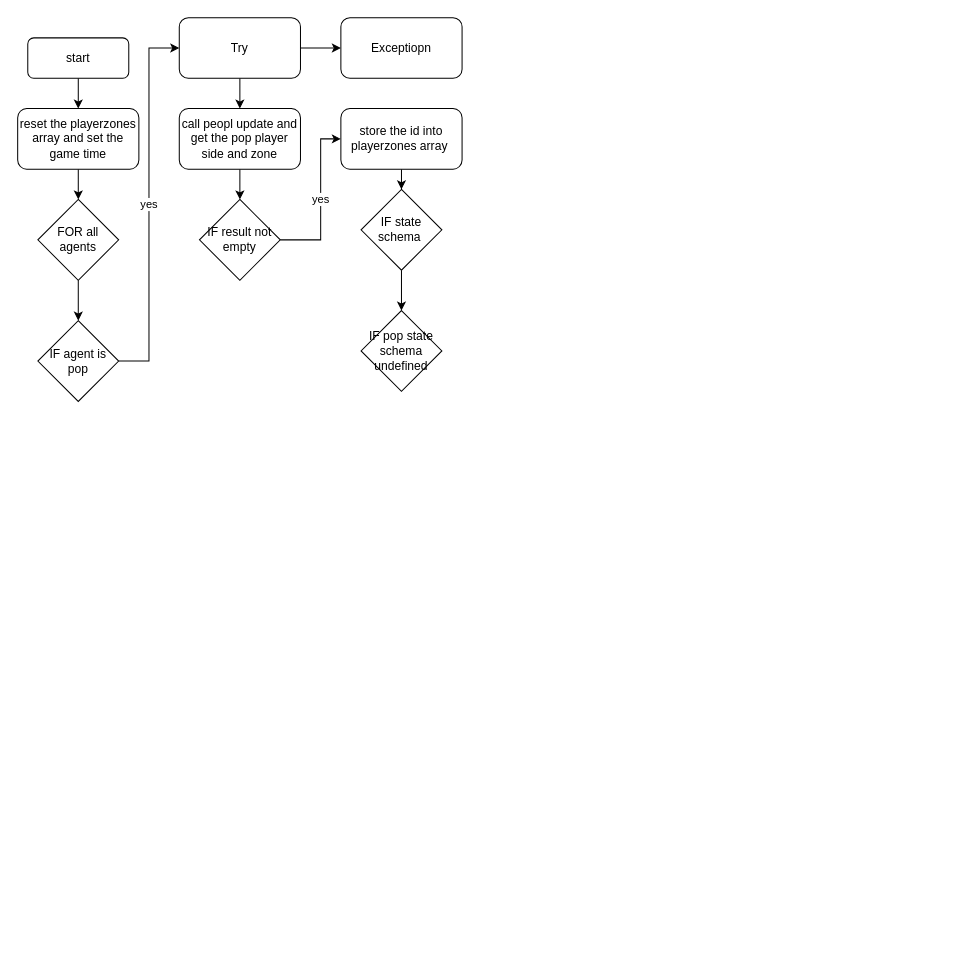
sivagit/diagrams keeps this draw.io diagram as GameRoom/setPreferredVelocities.drawio. Above is the earlier version. Source tidied: cells renumbered, new cells numbered last; positions are measured from the earlier drawing's top-left corner, leaving out a move shared by most shapes. Both pictures are drawn from the tidied source at 101%, with x=0, y=0 at pixel (17, 17).
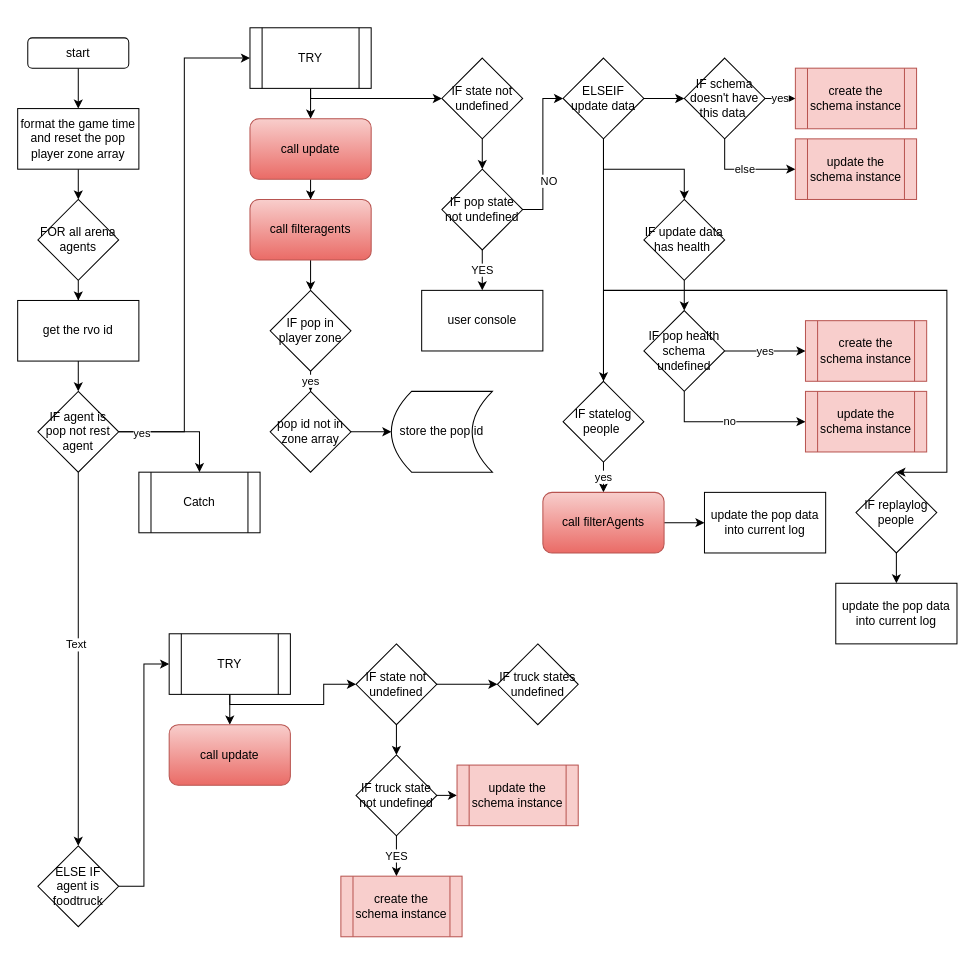
The same page after the edit.

What changed in the source:
```diff
@@
-    <mxCell id="2" style="edgeStyle=orthogonalEdgeStyle;rounded=0;jettySize=auto;html=1;" parent="1" edge="1" source="3" target="5">
-      <mxGeometry relative="1" as="geometry" />
-    </mxCell>
+    <mxCell id="23" style="edgeStyle=orthogonalEdgeStyle;rounded=0;jettySize=auto;html=1;fontColor=#000000;" parent="1" edge="1" source="3" target="25">
+      <mxGeometry relative="1" as="geometry" />
+    </mxCell>
-    <mxCell id="3" value="start" style="rounded=1;whiteSpace=wrap;html=1;" parent="1" vertex="1">
-      <mxGeometry x="10" y="20" width="100" height="40" as="geometry" />
+    <mxCell id="3" value="start" style="rounded=1;whiteSpace=wrap;html=1;fontColor=#000000;" parent="1" vertex="1">
+      <mxGeometry x="10" y="20" width="100" height="30" as="geometry" />
     </mxCell>
-    <mxCell id="4" style="edgeStyle=orthogonalEdgeStyle;rounded=0;jettySize=auto;html=1;" parent="1" edge="1" source="5" target="7">
-      <mxGeometry relative="1" as="geometry" />
-    </mxCell>
-    <mxCell id="5" value="reset the playerzones array and set the game time" style="whiteSpace=wrap;html=1;rounded=1;" parent="1" vertex="1">
-      <mxGeometry y="90" width="120" height="60" as="geometry" />
-    </mxCell>
-    <mxCell id="6" style="edgeStyle=orthogonalEdgeStyle;rounded=0;jettySize=auto;html=1;" parent="1" edge="1" source="7" target="9">
-      <mxGeometry relative="1" as="geometry" />
-    </mxCell>
-    <mxCell id="7" value="FOR all agents" style="rhombus;whiteSpace=wrap;html=1;" parent="1" vertex="1">
-      <mxGeometry x="20" y="180" width="80" height="80" as="geometry" />
-    </mxCell>
-    <mxCell id="8" value="yes" style="edgeStyle=orthogonalEdgeStyle;rounded=0;jettySize=auto;html=1;" parent="1" edge="1" source="9" target="12">
-      <mxGeometry relative="1" as="geometry">
-        <Array as="points">
-          <mxPoint x="130" y="340" />
-          <mxPoint x="130" y="30" />
-        </Array>
-      </mxGeometry>
-    </mxCell>
-    <mxCell id="9" value="IF agent is pop" style="rhombus;whiteSpace=wrap;html=1;" parent="1" vertex="1">
-      <mxGeometry x="20" y="300" width="80" height="80" as="geometry" />
-    </mxCell>
-    <mxCell id="10" style="edgeStyle=orthogonalEdgeStyle;rounded=0;jettySize=auto;html=1;" parent="1" edge="1" source="12" target="13">
-      <mxGeometry relative="1" as="geometry" />
-    </mxCell>
-    <mxCell id="11" style="edgeStyle=orthogonalEdgeStyle;rounded=0;jettySize=auto;html=1;" parent="1" edge="1" source="12" target="15">
-      <mxGeometry relative="1" as="geometry" />
-    </mxCell>
-    <mxCell id="12" value="Try" style="rounded=1;whiteSpace=wrap;html=1;" parent="1" vertex="1">
-      <mxGeometry x="160" width="120" height="60" as="geometry" />
-    </mxCell>
-    <mxCell id="13" value="Exceptiopn" style="whiteSpace=wrap;html=1;rounded=1;" parent="1" vertex="1">
-      <mxGeometry x="320" width="120" height="60" as="geometry" />
-    </mxCell>
-    <mxCell id="14" style="edgeStyle=orthogonalEdgeStyle;rounded=0;jettySize=auto;html=1;" parent="1" edge="1" source="15" target="17">
-      <mxGeometry relative="1" as="geometry" />
-    </mxCell>
-    <mxCell id="15" value="call peopl update and get the pop player side and zone" style="whiteSpace=wrap;html=1;rounded=1;" parent="1" vertex="1">
-      <mxGeometry x="160" y="90" width="120" height="60" as="geometry" />
-    </mxCell>
-    <mxCell id="16" value="yes" style="edgeStyle=orthogonalEdgeStyle;rounded=0;jettySize=auto;html=1;" parent="1" edge="1" source="17" target="19">
-      <mxGeometry relative="1" as="geometry">
-        <Array as="points">
-          <mxPoint x="300" y="220" />
-          <mxPoint x="300" y="120" />
-        </Array>
-      </mxGeometry>
-    </mxCell>
-    <mxCell id="17" value="IF result not empty" style="rhombus;whiteSpace=wrap;html=1;" parent="1" vertex="1">
-      <mxGeometry x="180" y="180" width="80" height="80" as="geometry" />
-    </mxCell>
-    <mxCell id="18" style="edgeStyle=orthogonalEdgeStyle;rounded=0;jettySize=auto;html=1;" parent="1" edge="1" source="19" target="21">
-      <mxGeometry relative="1" as="geometry" />
-    </mxCell>
-    <mxCell id="19" value="store the id into playerzones array&amp;nbsp;" style="rounded=1;whiteSpace=wrap;html=1;" parent="1" vertex="1">
-      <mxGeometry x="320" y="90" width="120" height="60" as="geometry" />
-    </mxCell>
-    <mxCell id="20" style="edgeStyle=orthogonalEdgeStyle;rounded=0;jettySize=auto;html=1;" parent="1" edge="1" source="21" target="22">
-      <mxGeometry relative="1" as="geometry" />
-    </mxCell>
-    <mxCell id="21" value="IF state schema&amp;nbsp;" style="rhombus;whiteSpace=wrap;html=1;" parent="1" vertex="1">
-      <mxGeometry x="340" y="170" width="80" height="80" as="geometry" />
-    </mxCell>
-    <mxCell id="22" value="IF pop state schema undefined" style="rhombus;whiteSpace=wrap;html=1;" parent="1" vertex="1">
-      <mxGeometry x="340" y="290" width="80" height="80" as="geometry" />
-    </mxCell>
+    <mxCell id="24" style="edgeStyle=orthogonalEdgeStyle;rounded=0;jettySize=auto;html=1;fontColor=#000000;" parent="1" edge="1" source="25" target="27">
+      <mxGeometry relative="1" as="geometry" />
+    </mxCell>
+    <mxCell id="25" value="format the game time and reset the pop player zone array" style="rounded=0;whiteSpace=wrap;html=1;fontColor=#000000;" parent="1" vertex="1">
+      <mxGeometry y="90" width="120" height="60" as="geometry" />
+    </mxCell>
+    <mxCell id="26" style="edgeStyle=orthogonalEdgeStyle;rounded=0;jettySize=auto;html=1;fontColor=#000000;" parent="1" edge="1" source="27" target="29">
+      <mxGeometry relative="1" as="geometry" />
+    </mxCell>
+    <mxCell id="27" value="FOR all arena agents" style="rhombus;whiteSpace=wrap;html=1;fontColor=#000000;" parent="1" vertex="1">
+      <mxGeometry x="20" y="180" width="80" height="80" as="geometry" />
+    </mxCell>
+    <mxCell id="28" style="edgeStyle=orthogonalEdgeStyle;rounded=0;jettySize=auto;html=1;fontColor=#000000;" parent="1" edge="1" source="29" target="35">
+      <mxGeometry relative="1" as="geometry" />
+    </mxCell>
+    <mxCell id="29" value="get the rvo id" style="whiteSpace=wrap;html=1;fontColor=#000000;" parent="1" vertex="1">
+      <mxGeometry y="280" width="120" height="60" as="geometry" />
+    </mxCell>
+    <mxCell id="30" style="edgeStyle=orthogonalEdgeStyle;rounded=0;jettySize=auto;html=1;entryX=0;entryY=0.5;entryDx=0;entryDy=0;fontColor=#000000;" parent="1" edge="1" source="35" target="38">
+      <mxGeometry relative="1" as="geometry" />
+    </mxCell>
+    <mxCell id="31" style="edgeStyle=orthogonalEdgeStyle;rounded=0;jettySize=auto;html=1;entryX=0.5;entryY=0;entryDx=0;entryDy=0;fontColor=#000000;" parent="1" edge="1" source="35" target="80">
+      <mxGeometry relative="1" as="geometry" />
+    </mxCell>
+    <mxCell id="32" value="yes" style="edgeLabel;html=1;align=center;verticalAlign=middle;fontColor=#000000;" parent="31" vertex="1">
+      <mxGeometry x="-0.64" y="-1" relative="1" as="geometry" />
+    </mxCell>
+    <mxCell id="33" style="edgeStyle=orthogonalEdgeStyle;rounded=0;jettySize=auto;html=1;fontColor=#000000;" parent="1" edge="1" source="35" target="82">
+      <mxGeometry relative="1" as="geometry" />
+    </mxCell>
+    <mxCell id="34" value="Text" style="edgeLabel;html=1;align=center;verticalAlign=middle;fontColor=#000000;" parent="33" vertex="1">
+      <mxGeometry x="-0.08" y="-3" relative="1" as="geometry" />
+    </mxCell>
+    <mxCell id="35" value="IF agent is pop not rest agent" style="rhombus;whiteSpace=wrap;html=1;fontColor=#000000;" parent="1" vertex="1">
+      <mxGeometry x="20" y="370" width="80" height="80" as="geometry" />
+    </mxCell>
+    <mxCell id="36" style="edgeStyle=orthogonalEdgeStyle;rounded=0;jettySize=auto;html=1;fontColor=#000000;" parent="1" edge="1" source="38" target="40">
+      <mxGeometry relative="1" as="geometry" />
+    </mxCell>
+    <mxCell id="37" style="edgeStyle=orthogonalEdgeStyle;rounded=0;jettySize=auto;html=1;fontColor=#000000;" parent="1" edge="1" source="38" target="49">
+      <mxGeometry relative="1" as="geometry">
+        <Array as="points">
+          <mxPoint x="290" y="80" />
+        </Array>
+      </mxGeometry>
+    </mxCell>
+    <mxCell id="38" value="TRY" style="shape=process;whiteSpace=wrap;html=1;backgroundOutline=1;fontColor=#000000;" parent="1" vertex="1">
+      <mxGeometry x="230" y="10" width="120" height="60" as="geometry" />
+    </mxCell>
+    <mxCell id="39" style="edgeStyle=orthogonalEdgeStyle;rounded=0;jettySize=auto;html=1;fontColor=#000000;" parent="1" edge="1" source="40" target="42">
+      <mxGeometry relative="1" as="geometry" />
+    </mxCell>
+    <mxCell id="40" value="call&amp;nbsp;update" style="rounded=1;whiteSpace=wrap;html=1;fillColor=#f8cecc;gradientColor=#ea6b66;strokeColor=#b85450;" parent="1" vertex="1">
+      <mxGeometry x="230" y="100" width="120" height="60" as="geometry" />
+    </mxCell>
+    <mxCell id="41" style="edgeStyle=orthogonalEdgeStyle;rounded=0;jettySize=auto;html=1;fontColor=#000000;" parent="1" edge="1" source="42" target="44">
+      <mxGeometry relative="1" as="geometry" />
+    </mxCell>
+    <mxCell id="42" value="call filteragents" style="rounded=1;whiteSpace=wrap;html=1;fillColor=#f8cecc;gradientColor=#ea6b66;strokeColor=#b85450;" parent="1" vertex="1">
+      <mxGeometry x="230" y="180" width="120" height="60" as="geometry" />
+    </mxCell>
+    <mxCell id="43" value="yes" style="edgeStyle=orthogonalEdgeStyle;rounded=0;jettySize=auto;html=1;fontColor=#000000;" parent="1" edge="1" source="44" target="46">
+      <mxGeometry relative="1" as="geometry" />
+    </mxCell>
+    <mxCell id="44" value="IF pop in player zone" style="rhombus;whiteSpace=wrap;html=1;fontColor=#000000;" parent="1" vertex="1">
+      <mxGeometry x="250" y="270" width="80" height="80" as="geometry" />
+    </mxCell>
+    <mxCell id="45" style="edgeStyle=orthogonalEdgeStyle;rounded=0;jettySize=auto;html=1;fontColor=#000000;" parent="1" edge="1" source="46" target="47">
+      <mxGeometry relative="1" as="geometry" />
+    </mxCell>
+    <mxCell id="46" value="pop id not in zone array" style="rhombus;whiteSpace=wrap;html=1;fontColor=#000000;" parent="1" vertex="1">
+      <mxGeometry x="250" y="370" width="80" height="80" as="geometry" />
+    </mxCell>
+    <mxCell id="47" value="store the pop id" style="shape=dataStorage;whiteSpace=wrap;html=1;fixedSize=1;fontColor=#000000;" parent="1" vertex="1">
+      <mxGeometry x="370" y="370" width="100" height="80" as="geometry" />
+    </mxCell>
+    <mxCell id="48" style="edgeStyle=orthogonalEdgeStyle;rounded=0;jettySize=auto;html=1;fontColor=#000000;" parent="1" edge="1" source="49" target="53">
+      <mxGeometry relative="1" as="geometry" />
+    </mxCell>
+    <mxCell id="49" value="IF state not undefined" style="rhombus;whiteSpace=wrap;html=1;fontColor=#000000;" parent="1" vertex="1">
+      <mxGeometry x="420" y="40" width="80" height="80" as="geometry" />
+    </mxCell>
+    <mxCell id="50" value="YES" style="edgeStyle=orthogonalEdgeStyle;rounded=0;jettySize=auto;html=1;fontColor=#000000;" parent="1" edge="1" source="53" target="54">
+      <mxGeometry relative="1" as="geometry" />
+    </mxCell>
+    <mxCell id="51" style="edgeStyle=orthogonalEdgeStyle;rounded=0;jettySize=auto;html=1;fontColor=#000000;" parent="1" edge="1" source="53" target="58">
+      <mxGeometry relative="1" as="geometry">
+        <Array as="points">
+          <mxPoint x="520" y="190" />
+          <mxPoint x="520" y="80" />
+        </Array>
+      </mxGeometry>
+    </mxCell>
+    <mxCell id="52" value="NO" style="edgeLabel;html=1;align=center;verticalAlign=middle;fontColor=#000000;" parent="51" vertex="1">
+      <mxGeometry x="-0.34" y="-5" relative="1" as="geometry" />
+    </mxCell>
+    <mxCell id="53" value="IF pop state not undefined" style="rhombus;whiteSpace=wrap;html=1;fontColor=#000000;" parent="1" vertex="1">
+      <mxGeometry x="420" y="150" width="80" height="80" as="geometry" />
+    </mxCell>
+    <mxCell id="54" value="user console" style="whiteSpace=wrap;html=1;fontColor=#000000;" parent="1" vertex="1">
+      <mxGeometry x="400" y="270" width="120" height="60" as="geometry" />
+    </mxCell>
+    <mxCell id="55" style="edgeStyle=orthogonalEdgeStyle;rounded=0;jettySize=auto;html=1;fontColor=#000000;" parent="1" edge="1" source="58" target="61">
+      <mxGeometry relative="1" as="geometry" />
+    </mxCell>
+    <mxCell id="56" style="edgeStyle=orthogonalEdgeStyle;rounded=0;jettySize=auto;html=1;fontColor=#000000;" parent="1" edge="1" source="58" target="65">
+      <mxGeometry relative="1" as="geometry" />
+    </mxCell>
+    <mxCell id="57" style="edgeStyle=orthogonalEdgeStyle;rounded=0;jettySize=auto;html=1;entryX=0.5;entryY=0;entryDx=0;entryDy=0;fontColor=#000000;" parent="1" edge="1" source="58" target="73">
+      <mxGeometry relative="1" as="geometry" />
+    </mxCell>
+    <mxCell id="58" value="ELSEIF update data" style="rhombus;whiteSpace=wrap;html=1;fontColor=#000000;" parent="1" vertex="1">
+      <mxGeometry x="540" y="40" width="80" height="80" as="geometry" />
+    </mxCell>
+    <mxCell id="59" value="yes" style="edgeStyle=orthogonalEdgeStyle;rounded=0;jettySize=auto;html=1;fontColor=#000000;" parent="1" edge="1" source="61" target="62">
+      <mxGeometry relative="1" as="geometry" />
+    </mxCell>
+    <mxCell id="60" value="else" style="edgeStyle=orthogonalEdgeStyle;rounded=0;jettySize=auto;html=1;fontColor=#000000;" parent="1" edge="1" source="61" target="63">
+      <mxGeometry relative="1" as="geometry">
+        <Array as="points">
+          <mxPoint x="700" y="130" />
+          <mxPoint x="700" y="130" />
+        </Array>
+      </mxGeometry>
+    </mxCell>
+    <mxCell id="61" value="IF schema doesn't have this data&amp;nbsp;" style="rhombus;whiteSpace=wrap;html=1;fontColor=#000000;" parent="1" vertex="1">
+      <mxGeometry x="660" y="40" width="80" height="80" as="geometry" />
+    </mxCell>
+    <mxCell id="62" value="create the schema instance" style="shape=process;whiteSpace=wrap;html=1;backgroundOutline=1;fillColor=#f8cecc;strokeColor=#b85450;" parent="1" vertex="1">
+      <mxGeometry x="770" y="50" width="120" height="60" as="geometry" />
+    </mxCell>
+    <mxCell id="63" value="update the schema instance" style="shape=process;whiteSpace=wrap;html=1;backgroundOutline=1;fillColor=#f8cecc;strokeColor=#b85450;" parent="1" vertex="1">
+      <mxGeometry x="770" y="120" width="120" height="60" as="geometry" />
+    </mxCell>
+    <mxCell id="64" style="edgeStyle=orthogonalEdgeStyle;rounded=0;jettySize=auto;html=1;fontColor=#000000;" parent="1" edge="1" source="65" target="68">
+      <mxGeometry relative="1" as="geometry" />
+    </mxCell>
+    <mxCell id="65" value="IF update data has health&amp;nbsp;" style="rhombus;whiteSpace=wrap;html=1;fontColor=#000000;" parent="1" vertex="1">
+      <mxGeometry x="620" y="180" width="80" height="80" as="geometry" />
+    </mxCell>
+    <mxCell id="66" value="yes" style="edgeStyle=orthogonalEdgeStyle;rounded=0;jettySize=auto;html=1;fontColor=#000000;" parent="1" edge="1" source="68" target="69">
+      <mxGeometry relative="1" as="geometry" />
+    </mxCell>
+    <mxCell id="67" value="no" style="edgeStyle=orthogonalEdgeStyle;rounded=0;jettySize=auto;html=1;entryX=0;entryY=0.5;entryDx=0;entryDy=0;fontColor=#000000;" parent="1" edge="1" source="68" target="70">
+      <mxGeometry relative="1" as="geometry">
+        <Array as="points">
+          <mxPoint x="660" y="400" />
+        </Array>
+      </mxGeometry>
+    </mxCell>
+    <mxCell id="68" value="IF pop health schema undefined" style="rhombus;whiteSpace=wrap;html=1;fontColor=#000000;" parent="1" vertex="1">
+      <mxGeometry x="620" y="290" width="80" height="80" as="geometry" />
+    </mxCell>
+    <mxCell id="69" value="create the schema instance" style="shape=process;whiteSpace=wrap;html=1;backgroundOutline=1;fillColor=#f8cecc;strokeColor=#b85450;" parent="1" vertex="1">
+      <mxGeometry x="780" y="300" width="120" height="60" as="geometry" />
+    </mxCell>
+    <mxCell id="70" value="update the schema instance" style="shape=process;whiteSpace=wrap;html=1;backgroundOutline=1;fillColor=#f8cecc;strokeColor=#b85450;" parent="1" vertex="1">
+      <mxGeometry x="780" y="370" width="120" height="60" as="geometry" />
+    </mxCell>
+    <mxCell id="71" value="yes" style="edgeStyle=orthogonalEdgeStyle;rounded=0;jettySize=auto;html=1;fontColor=#000000;" parent="1" edge="1" source="73" target="75">
+      <mxGeometry relative="1" as="geometry" />
+    </mxCell>
+    <mxCell id="72" style="edgeStyle=orthogonalEdgeStyle;rounded=0;jettySize=auto;html=1;fontColor=#000000;" parent="1" edge="1" source="73" target="78">
+      <mxGeometry relative="1" as="geometry">
+        <Array as="points">
+          <mxPoint x="580" y="270" />
+          <mxPoint x="920" y="270" />
+          <mxPoint x="920" y="450" />
+        </Array>
+      </mxGeometry>
+    </mxCell>
+    <mxCell id="73" value="IF statelog people&amp;nbsp;" style="rhombus;whiteSpace=wrap;html=1;fontColor=#000000;" parent="1" vertex="1">
+      <mxGeometry x="540" y="360" width="80" height="80" as="geometry" />
+    </mxCell>
+    <mxCell id="74" style="edgeStyle=orthogonalEdgeStyle;rounded=0;jettySize=auto;html=1;fontColor=#000000;" parent="1" edge="1" source="75">
+      <mxGeometry relative="1" as="geometry">
+        <mxPoint x="680" y="500" as="targetPoint" />
+      </mxGeometry>
+    </mxCell>
+    <mxCell id="75" value="call filterAgents" style="rounded=1;whiteSpace=wrap;html=1;fillColor=#f8cecc;gradientColor=#ea6b66;strokeColor=#b85450;" parent="1" vertex="1">
+      <mxGeometry x="520" y="470" width="120" height="60" as="geometry" />
+    </mxCell>
+    <mxCell id="76" value="update the pop data into current log" style="rounded=0;whiteSpace=wrap;html=1;fontColor=#000000;" parent="1" vertex="1">
+      <mxGeometry x="680" y="470" width="120" height="60" as="geometry" />
+    </mxCell>
+    <mxCell id="77" style="edgeStyle=orthogonalEdgeStyle;rounded=0;jettySize=auto;html=1;fontColor=#000000;" parent="1" edge="1" source="78" target="79">
+      <mxGeometry relative="1" as="geometry" />
+    </mxCell>
+    <mxCell id="78" value="IF replaylog people" style="rhombus;whiteSpace=wrap;html=1;fontColor=#000000;" parent="1" vertex="1">
+      <mxGeometry x="830" y="450" width="80" height="80" as="geometry" />
+    </mxCell>
+    <mxCell id="79" value="update the pop data into current log" style="rounded=0;whiteSpace=wrap;html=1;fontColor=#000000;" parent="1" vertex="1">
+      <mxGeometry x="810" y="560" width="120" height="60" as="geometry" />
+    </mxCell>
+    <mxCell id="80" value="Catch" style="shape=process;whiteSpace=wrap;html=1;backgroundOutline=1;fontColor=#000000;" parent="1" vertex="1">
+      <mxGeometry x="120" y="450" width="120" height="60" as="geometry" />
+    </mxCell>
+    <mxCell id="81" style="edgeStyle=orthogonalEdgeStyle;rounded=0;jettySize=auto;html=1;entryX=0;entryY=0.5;entryDx=0;entryDy=0;fontColor=#000000;" parent="1" edge="1" source="82" target="85">
+      <mxGeometry relative="1" as="geometry" />
+    </mxCell>
+    <mxCell id="82" value="ELSE IF agent is foodtruck" style="rhombus;whiteSpace=wrap;html=1;fontColor=#000000;" parent="1" vertex="1">
+      <mxGeometry x="20" y="820" width="80" height="80" as="geometry" />
+    </mxCell>
+    <mxCell id="83" style="edgeStyle=orthogonalEdgeStyle;rounded=0;jettySize=auto;html=1;fontColor=#000000;" parent="1" edge="1" source="85" target="86">
+      <mxGeometry relative="1" as="geometry" />
+    </mxCell>
+    <mxCell id="84" style="edgeStyle=orthogonalEdgeStyle;rounded=0;jettySize=auto;html=1;entryX=0;entryY=0.5;entryDx=0;entryDy=0;fontColor=#000000;" parent="1" edge="1" source="85" target="89">
+      <mxGeometry relative="1" as="geometry">
+        <Array as="points">
+          <mxPoint x="210" y="680" />
+          <mxPoint x="303" y="680" />
+          <mxPoint x="303" y="660" />
+        </Array>
+      </mxGeometry>
+    </mxCell>
+    <mxCell id="85" value="TRY" style="shape=process;whiteSpace=wrap;html=1;backgroundOutline=1;fontColor=#000000;" parent="1" vertex="1">
+      <mxGeometry x="150" y="610" width="120" height="60" as="geometry" />
+    </mxCell>
+    <mxCell id="86" value="call&amp;nbsp;update" style="rounded=1;whiteSpace=wrap;html=1;fillColor=#f8cecc;gradientColor=#ea6b66;strokeColor=#b85450;" parent="1" vertex="1">
+      <mxGeometry x="150" y="700" width="120" height="60" as="geometry" />
+    </mxCell>
+    <mxCell id="87" style="edgeStyle=orthogonalEdgeStyle;rounded=0;jettySize=auto;html=1;fontColor=#000000;" parent="1" edge="1" source="89" target="92">
+      <mxGeometry relative="1" as="geometry" />
+    </mxCell>
+    <mxCell id="88" style="edgeStyle=orthogonalEdgeStyle;rounded=0;jettySize=auto;html=1;fontColor=#000000;" parent="1" edge="1" source="89" target="93">
+      <mxGeometry relative="1" as="geometry" />
+    </mxCell>
+    <mxCell id="89" value="IF state not undefined" style="rhombus;whiteSpace=wrap;html=1;fontColor=#000000;" parent="1" vertex="1">
+      <mxGeometry x="335" y="620" width="80" height="80" as="geometry" />
+    </mxCell>
+    <mxCell id="90" value="YES" style="edgeStyle=orthogonalEdgeStyle;rounded=0;jettySize=auto;html=1;fontColor=#000000;" parent="1" edge="1" source="92">
+      <mxGeometry relative="1" as="geometry">
+        <mxPoint x="375" y="850" as="targetPoint" />
+      </mxGeometry>
+    </mxCell>
+    <mxCell id="91" style="edgeStyle=orthogonalEdgeStyle;rounded=0;jettySize=auto;html=1;fontColor=#000000;" parent="1" edge="1" source="92">
+      <mxGeometry relative="1" as="geometry">
+        <mxPoint x="435" y="770" as="targetPoint" />
+      </mxGeometry>
+    </mxCell>
+    <mxCell id="92" value="IF truck state not undefined" style="rhombus;whiteSpace=wrap;html=1;fontColor=#000000;" parent="1" vertex="1">
+      <mxGeometry x="335" y="730" width="80" height="80" as="geometry" />
+    </mxCell>
+    <mxCell id="93" value="IF truck states undefined" style="rhombus;whiteSpace=wrap;html=1;fontColor=#000000;" parent="1" vertex="1">
+      <mxGeometry x="475" y="620" width="80" height="80" as="geometry" />
+    </mxCell>
+    <mxCell id="94" value="create the schema instance" style="shape=process;whiteSpace=wrap;html=1;backgroundOutline=1;fillColor=#f8cecc;strokeColor=#b85450;" parent="1" vertex="1">
+      <mxGeometry x="320" y="850" width="120" height="60" as="geometry" />
+    </mxCell>
+    <mxCell id="95" value="update the schema instance" style="shape=process;whiteSpace=wrap;html=1;backgroundOutline=1;fillColor=#f8cecc;strokeColor=#b85450;" parent="1" vertex="1">
+      <mxGeometry x="435" y="740" width="120" height="60" as="geometry" />
+    </mxCell>
```
